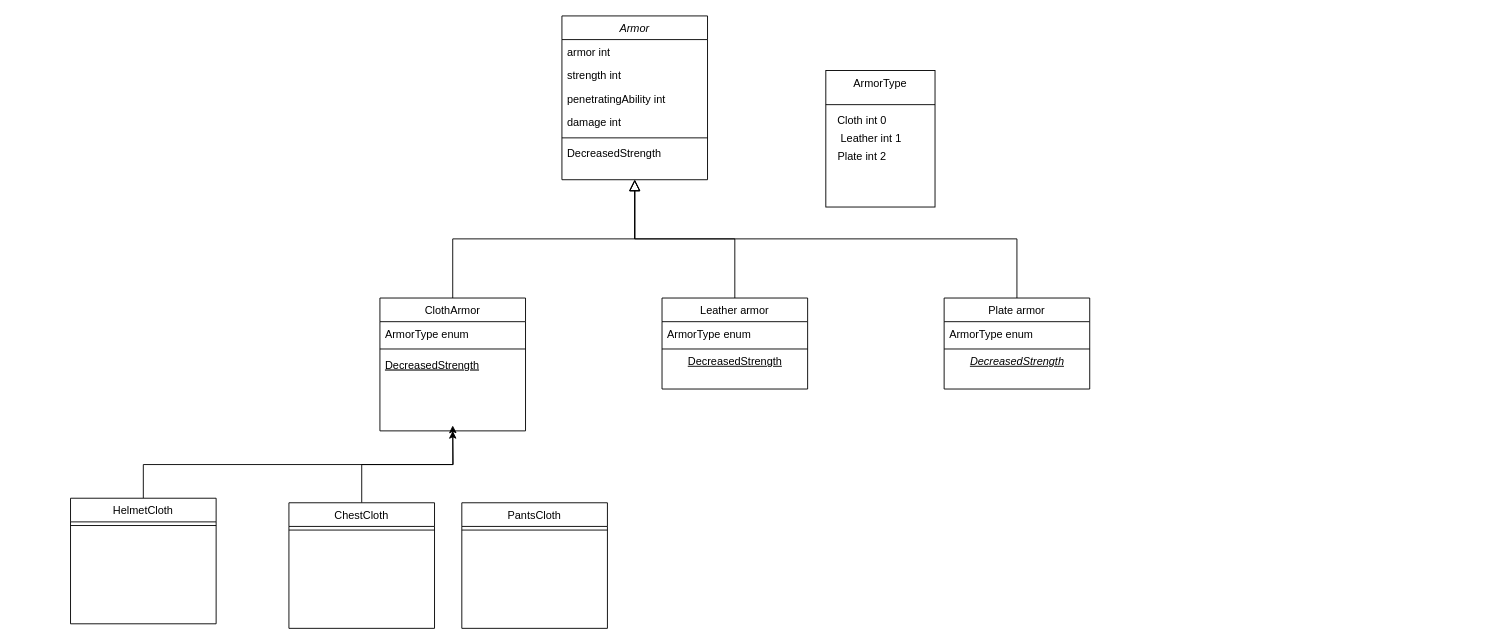
This is Armor.drawio from Budgo89/OOP, a draw.io file, before an edit. Source tidied: cells renumbered, new cells numbered last; positions are measured from the earlier drawing's top-left corner, leaving out a move shared by most shapes. Both pictures are drawn from the tidied source at 91%, with x=0, y=0 at pixel (70, 15).
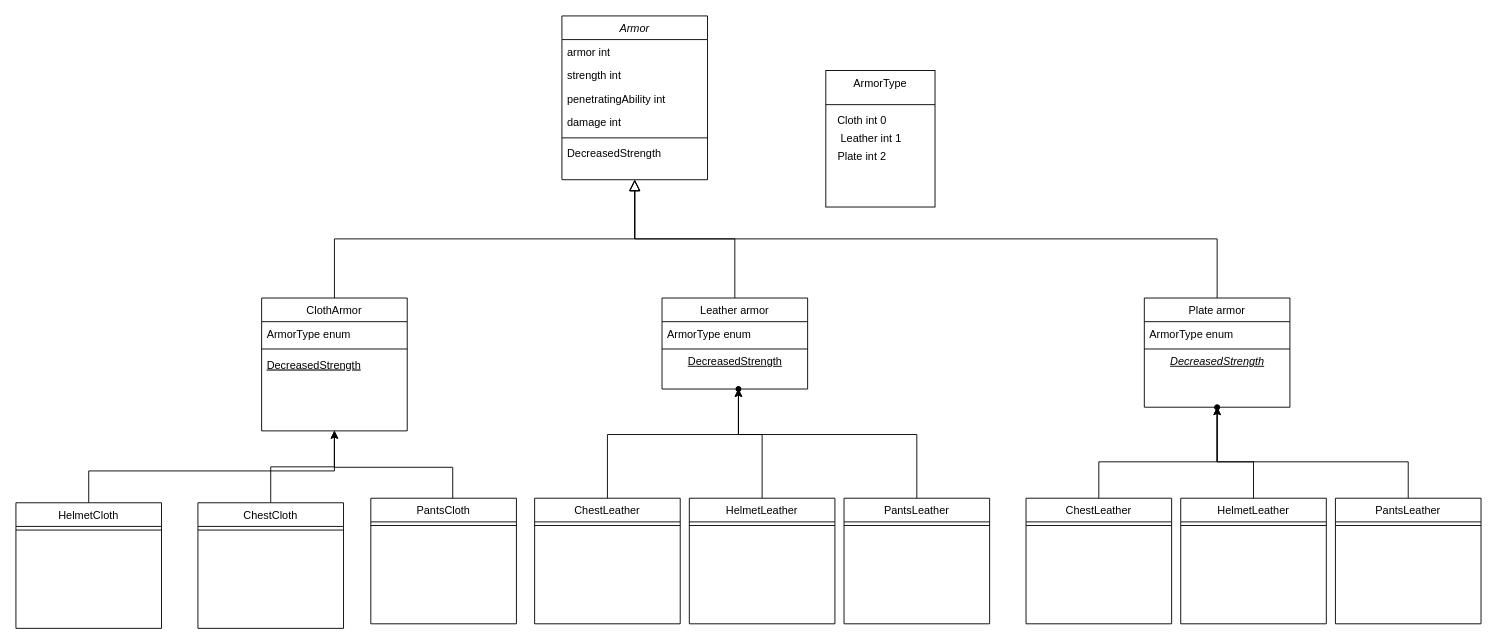
The same diagram, later.

Diff of the diagram source:
```diff
@@
     <mxCell id="9" value="ClothArmor" style="swimlane;fontStyle=0;align=center;verticalAlign=top;horizontal=1;startSize=26;rounded=0;shadow=0;strokeWidth=1;" parent="1" vertex="1">
-      <mxGeometry x="340" y="310" width="160" height="146" as="geometry" />
+      <mxGeometry x="210" y="310" width="160" height="146" as="geometry" />
     </mxCell>
@@
     <mxCell id="24" value="Plate armor" style="swimlane;fontStyle=0;align=center;verticalAlign=top;horizontal=1;startSize=26;rounded=0;shadow=0;strokeWidth=1;" parent="1" vertex="1">
-      <mxGeometry x="960" y="310" width="160" height="100" as="geometry" />
+      <mxGeometry x="1180" y="310" width="160" height="120" as="geometry" />
     </mxCell>
@@
     <mxCell id="30" style="edgeStyle=orthogonalEdgeStyle;rounded=0;jettySize=auto;html=1;entryX=0.5;entryY=1;entryDx=0;entryDy=0;exitX=0.5;exitY=0;exitDx=0;exitDy=0;" parent="1" edge="1" source="31" target="9">
-      <mxGeometry relative="1" as="geometry" />
+      <mxGeometry relative="1" as="geometry">
+        <Array as="points">
+          <mxPoint x="20" y="500" />
+          <mxPoint x="290" y="500" />
+        </Array>
+      </mxGeometry>
     </mxCell>
     <mxCell id="31" value="HelmetCloth" style="swimlane;fontStyle=0;align=center;verticalAlign=top;horizontal=1;startSize=26;rounded=0;shadow=0;strokeWidth=1;" parent="1" vertex="1">
-      <mxGeometry y="530" width="160" height="138" as="geometry" />
+      <mxGeometry x="-60" y="535" width="160" height="138" as="geometry" />
     </mxCell>
@@
-    <mxCell id="33" style="edgeStyle=orthogonalEdgeStyle;rounded=0;jettySize=auto;html=1;exitX=0.5;exitY=0;exitDx=0;exitDy=0;" parent="1" edge="1" source="34">
-      <mxGeometry relative="1" as="geometry">
-        <mxPoint x="420" y="450" as="targetPoint" />
-      </mxGeometry>
-    </mxCell>
-    <mxCell id="34" value="ChestCloth" style="swimlane;fontStyle=0;align=center;verticalAlign=top;horizontal=1;startSize=26;rounded=0;shadow=0;strokeWidth=1;" parent="1" vertex="1">
-      <mxGeometry x="240" y="535" width="160" height="138" as="geometry" />
-    </mxCell>
-    <mxCell id="35" style="line;html=1;strokeWidth=1;align=left;verticalAlign=middle;spacingTop=-1;spacingLeft=3;spacingRight=3;labelPosition=right;" parent="34" vertex="1">
-      <mxGeometry y="26" width="160" height="8" as="geometry" />
-    </mxCell>
+    <mxCell id="38" style="edgeStyle=orthogonalEdgeStyle;rounded=0;jettySize=auto;html=1;entryX=0.5;entryY=1;entryDx=0;entryDy=0;startArrow=none;" parent="1" edge="1" target="9">
+      <mxGeometry relative="1" as="geometry">
+        <mxPoint x="290" y="460" as="sourcePoint" />
+      </mxGeometry>
+    </mxCell>
     <mxCell id="36" value="PantsCloth" style="swimlane;fontStyle=0;align=center;verticalAlign=top;horizontal=1;startSize=26;rounded=0;shadow=0;strokeWidth=1;" parent="1" vertex="1">
-      <mxGeometry x="430" y="535" width="160" height="138" as="geometry" />
+      <mxGeometry x="330" y="530" width="160" height="138" as="geometry" />
     </mxCell>
@@
+    <mxCell id="39" style="edgeStyle=orthogonalEdgeStyle;rounded=0;jettySize=auto;html=1;" parent="1" edge="1" source="40" target="49">
+      <mxGeometry relative="1" as="geometry">
+        <Array as="points">
+          <mxPoint x="590" y="460" />
+          <mxPoint x="734" y="460" />
+        </Array>
+      </mxGeometry>
+    </mxCell>
+    <mxCell id="40" value="ChestLeather" style="swimlane;fontStyle=0;align=center;verticalAlign=top;horizontal=1;startSize=26;rounded=0;shadow=0;strokeWidth=1;" parent="1" vertex="1">
+      <mxGeometry x="510" y="530" width="160" height="138" as="geometry" />
+    </mxCell>
+    <mxCell id="41" style="line;html=1;strokeWidth=1;align=left;verticalAlign=middle;spacingTop=-1;spacingLeft=3;spacingRight=3;labelPosition=right;" parent="40" vertex="1">
+      <mxGeometry y="26" width="160" height="8" as="geometry" />
+    </mxCell>
+    <mxCell id="42" style="edgeStyle=orthogonalEdgeStyle;rounded=0;jettySize=auto;html=1;" parent="1" edge="1" source="43" target="48">
+      <mxGeometry relative="1" as="geometry">
+        <Array as="points">
+          <mxPoint x="760" y="460" />
+          <mxPoint x="734" y="460" />
+        </Array>
+      </mxGeometry>
+    </mxCell>
+    <mxCell id="43" value="HelmetLeather" style="swimlane;fontStyle=0;align=center;verticalAlign=top;horizontal=1;startSize=26;rounded=0;shadow=0;strokeWidth=1;" parent="1" vertex="1">
+      <mxGeometry x="680" y="530" width="160" height="138" as="geometry" />
+    </mxCell>
+    <mxCell id="44" style="line;html=1;strokeWidth=1;align=left;verticalAlign=middle;spacingTop=-1;spacingLeft=3;spacingRight=3;labelPosition=right;" parent="43" vertex="1">
+      <mxGeometry y="26" width="160" height="8" as="geometry" />
+    </mxCell>
+    <mxCell id="45" style="edgeStyle=orthogonalEdgeStyle;rounded=0;jettySize=auto;html=1;exitX=0.5;exitY=0;exitDx=0;exitDy=0;" parent="1" edge="1" source="46" target="48">
+      <mxGeometry relative="1" as="geometry">
+        <Array as="points">
+          <mxPoint x="930" y="460" />
+          <mxPoint x="734" y="460" />
+        </Array>
+      </mxGeometry>
+    </mxCell>
+    <mxCell id="46" value="PantsLeather" style="swimlane;fontStyle=0;align=center;verticalAlign=top;horizontal=1;startSize=26;rounded=0;shadow=0;strokeWidth=1;" parent="1" vertex="1">
+      <mxGeometry x="850" y="530" width="160" height="138" as="geometry" />
+    </mxCell>
+    <mxCell id="47" style="line;html=1;strokeWidth=1;align=left;verticalAlign=middle;spacingTop=-1;spacingLeft=3;spacingRight=3;labelPosition=right;" parent="46" vertex="1">
+      <mxGeometry y="26" width="160" height="8" as="geometry" />
+    </mxCell>
+    <mxCell id="48" style="shape=waypoint;size=6;points=[];fillColor=rgba(255, 255, 255, 1);perimeter=centerPerimeter;snapToPoint=1;rounded=0;shadow=0;fontStyle=0;verticalAlign=top;strokeWidth=1;startSize=26;" parent="1" vertex="1">
+      <mxGeometry x="714" y="390" width="40" height="40" as="geometry" />
+    </mxCell>
+    <mxCell id="49" style="shape=waypoint;size=6;points=[];fillColor=rgba(255, 255, 255, 1);perimeter=centerPerimeter;snapToPoint=1;rounded=0;shadow=0;fontStyle=0;verticalAlign=top;strokeWidth=1;startSize=26;" parent="1" vertex="1">
+      <mxGeometry x="714" y="390" width="40" height="40" as="geometry" />
+    </mxCell>
+    <mxCell id="50" style="edgeStyle=orthogonalEdgeStyle;rounded=0;jettySize=auto;html=1;" parent="1" edge="1" source="51" target="59">
+      <mxGeometry relative="1" as="geometry" />
+    </mxCell>
+    <mxCell id="51" value="ChestLeather" style="swimlane;fontStyle=0;align=center;verticalAlign=top;horizontal=1;startSize=26;rounded=0;shadow=0;strokeWidth=1;" parent="1" vertex="1">
+      <mxGeometry x="1050" y="530" width="160" height="138" as="geometry" />
+    </mxCell>
+    <mxCell id="52" style="line;html=1;strokeWidth=1;align=left;verticalAlign=middle;spacingTop=-1;spacingLeft=3;spacingRight=3;labelPosition=right;" parent="51" vertex="1">
+      <mxGeometry y="26" width="160" height="8" as="geometry" />
+    </mxCell>
+    <mxCell id="53" style="edgeStyle=orthogonalEdgeStyle;rounded=0;jettySize=auto;html=1;" parent="1" edge="1" source="54" target="59">
+      <mxGeometry relative="1" as="geometry" />
+    </mxCell>
+    <mxCell id="54" value="HelmetLeather" style="swimlane;fontStyle=0;align=center;verticalAlign=top;horizontal=1;startSize=26;rounded=0;shadow=0;strokeWidth=1;" parent="1" vertex="1">
+      <mxGeometry x="1220" y="530" width="160" height="138" as="geometry" />
+    </mxCell>
+    <mxCell id="55" style="line;html=1;strokeWidth=1;align=left;verticalAlign=middle;spacingTop=-1;spacingLeft=3;spacingRight=3;labelPosition=right;" parent="54" vertex="1">
+      <mxGeometry y="26" width="160" height="8" as="geometry" />
+    </mxCell>
+    <mxCell id="56" style="edgeStyle=orthogonalEdgeStyle;rounded=0;jettySize=auto;html=1;exitX=0.5;exitY=0;exitDx=0;exitDy=0;" parent="1" edge="1" source="57" target="60">
+      <mxGeometry relative="1" as="geometry" />
+    </mxCell>
+    <mxCell id="57" value="PantsLeather" style="swimlane;fontStyle=0;align=center;verticalAlign=top;horizontal=1;startSize=26;rounded=0;shadow=0;strokeWidth=1;" parent="1" vertex="1">
+      <mxGeometry x="1390" y="530" width="160" height="138" as="geometry" />
+    </mxCell>
+    <mxCell id="58" style="line;html=1;strokeWidth=1;align=left;verticalAlign=middle;spacingTop=-1;spacingLeft=3;spacingRight=3;labelPosition=right;" parent="57" vertex="1">
+      <mxGeometry y="26" width="160" height="8" as="geometry" />
+    </mxCell>
+    <mxCell id="59" style="shape=waypoint;size=6;points=[];fillColor=rgba(255, 255, 255, 1);perimeter=centerPerimeter;snapToPoint=1;rounded=0;shadow=0;fontStyle=0;verticalAlign=top;strokeWidth=1;startSize=26;" parent="1" vertex="1">
+      <mxGeometry x="1180" y="410" width="160" height="40" as="geometry" />
+    </mxCell>
+    <mxCell id="60" style="shape=waypoint;size=6;points=[];fillColor=rgba(255, 255, 255, 1);perimeter=centerPerimeter;snapToPoint=1;rounded=0;shadow=0;fontStyle=0;verticalAlign=top;strokeWidth=1;startSize=26;" parent="1" vertex="1">
+      <mxGeometry x="1240" y="410" width="40" height="40" as="geometry" />
+    </mxCell>
+    <mxCell id="61" style="edgeStyle=orthogonalEdgeStyle;rounded=0;jettySize=auto;html=1;entryX=0.5;entryY=1;entryDx=0;entryDy=0;" parent="1" edge="1" source="34" target="9">
+      <mxGeometry relative="1" as="geometry" />
+    </mxCell>
+    <mxCell id="34" value="ChestCloth" style="swimlane;fontStyle=0;align=center;verticalAlign=top;horizontal=1;startSize=26;rounded=0;shadow=0;strokeWidth=1;" parent="1" vertex="1">
+      <mxGeometry x="140" y="535" width="160" height="138" as="geometry" />
+    </mxCell>
+    <mxCell id="62" style="line;html=1;strokeWidth=1;align=left;verticalAlign=middle;spacingTop=-1;spacingLeft=3;spacingRight=3;labelPosition=right;" parent="34" vertex="1">
+      <mxGeometry y="26" width="160" height="8" as="geometry" />
+    </mxCell>
+    <mxCell id="63" style="edgeStyle=orthogonalEdgeStyle;rounded=0;jettySize=auto;html=1;entryDx=0;entryDy=0;endArrow=none;entryX=0.5;entryY=1;" parent="1" edge="1" target="9">
+      <mxGeometry relative="1" as="geometry">
+        <mxPoint x="420" y="530" as="sourcePoint" />
+        <Array as="points">
+          <mxPoint x="420" y="496" />
+          <mxPoint x="290" y="496" />
+        </Array>
+      </mxGeometry>
+    </mxCell>
```
